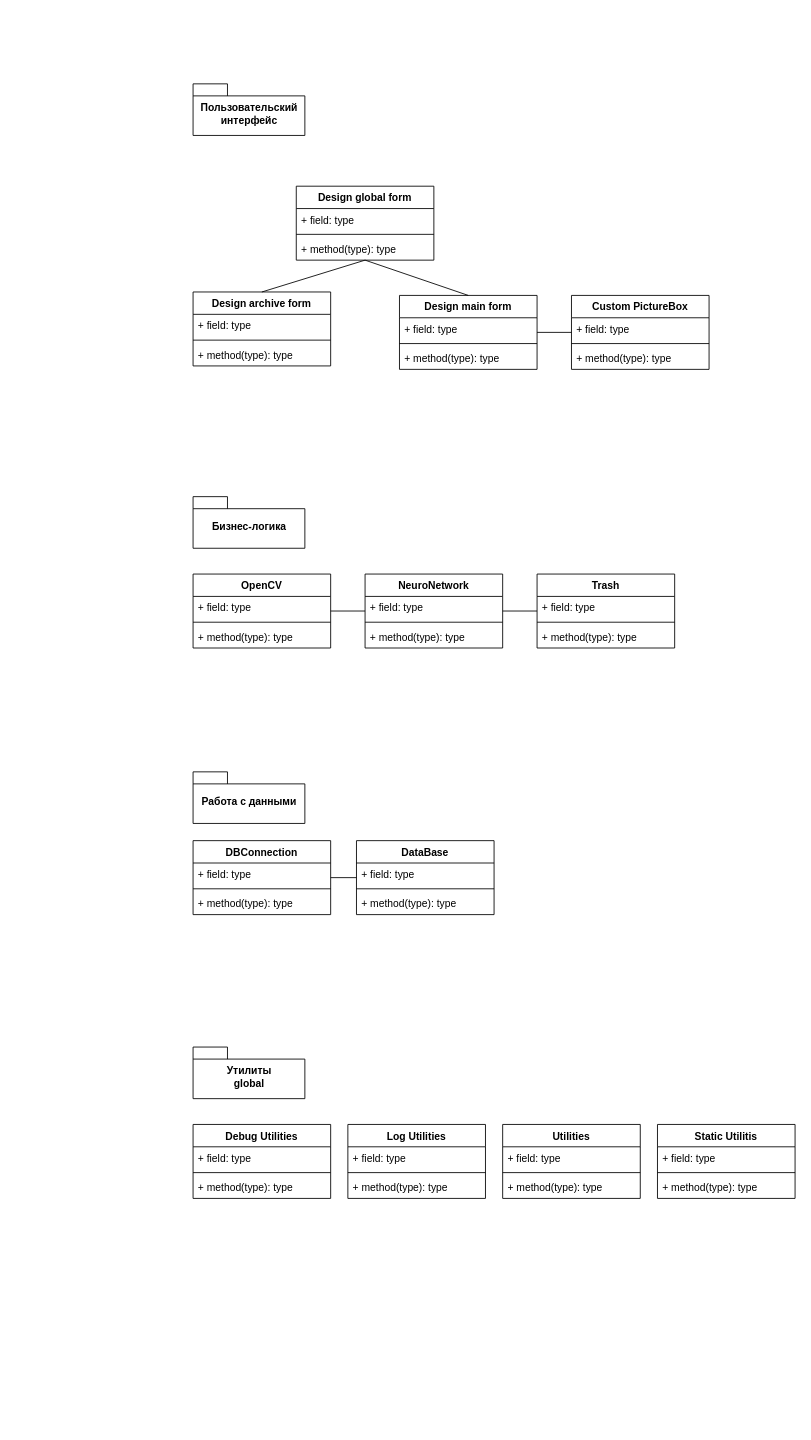
Earlier version of the draw.io diagram DOC/Detailed class diagram.drawio (toshabelof/dissertation). Source tidied: cells renumbered, new cells numbered last; positions are measured from the earlier drawing's top-left corner, leaving out a move shared by most shapes. Both pictures are drawn from the tidied source at 86%, with x=0, y=0 at pixel (193, 83).
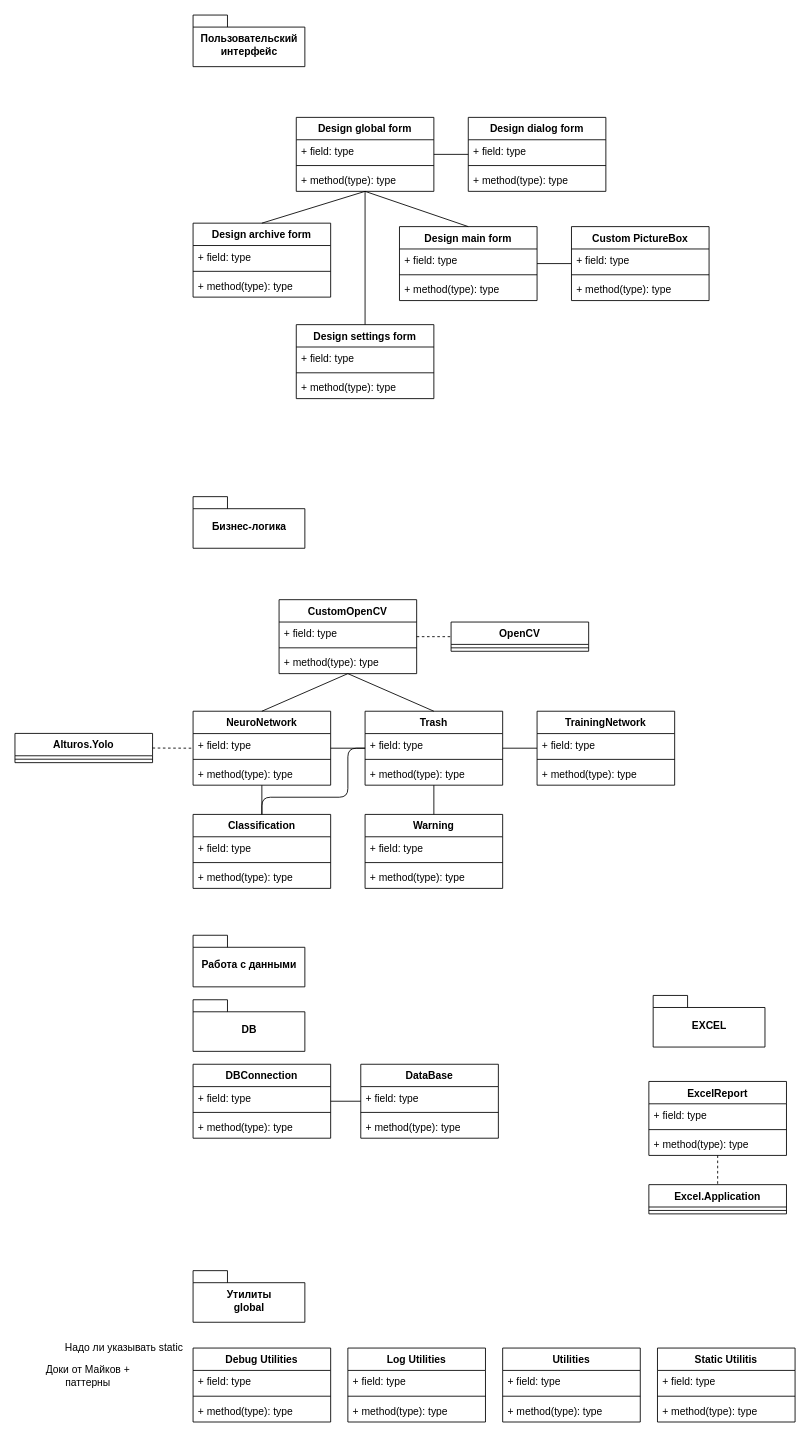
After the change.

The edit, as a diff of the source:
```diff
@@
     <mxCell id="2" value="Design global form" style="swimlane;fontStyle=1;align=center;verticalAlign=top;horizontal=1;startSize=26;" parent="1" vertex="1">
-      <mxGeometry x="120" y="119" width="160" height="86" as="geometry" />
+      <mxGeometry x="120" y="39" width="160" height="86" as="geometry" />
     </mxCell>
@@
     <mxCell id="6" value="Design main form" style="swimlane;fontStyle=1;align=center;verticalAlign=top;horizontal=1;startSize=26;" parent="1" vertex="1">
-      <mxGeometry x="240" y="246" width="160" height="86" as="geometry" />
+      <mxGeometry x="240" y="166" width="160" height="86" as="geometry" />
     </mxCell>
@@
     <mxCell id="10" value="Design archive form" style="swimlane;fontStyle=1;align=center;verticalAlign=top;horizontal=1;startSize=26;" parent="1" vertex="1">
-      <mxGeometry y="242" width="160" height="86" as="geometry" />
+      <mxGeometry y="162" width="160" height="86" as="geometry" />
     </mxCell>
@@
     <mxCell id="14" value="Custom PictureBox" style="swimlane;fontStyle=1;align=center;verticalAlign=top;horizontal=1;startSize=26;" parent="1" vertex="1">
-      <mxGeometry x="440" y="246" width="160" height="86" as="geometry" />
+      <mxGeometry x="440" y="166" width="160" height="86" as="geometry" />
     </mxCell>
@@
-    <mxCell id="18" style="endArrow=none;html=1;entryX=0.5;entryY=1;entryDx=0;entryDy=0;exitX=0.5;exitY=0;exitDx=0;exitDy=0;" parent="1" edge="1" source="10" target="2">
+    <mxCell id="18" style="endArrow=none;html=1;exitX=0.5;exitY=0;exitDx=0;exitDy=0;entryX=0.5;entryY=1;entryDx=0;entryDy=0;" parent="1" edge="1" source="10" target="2">
       <mxGeometry relative="1" as="geometry" />
     </mxCell>
@@
     <mxCell id="21" value="Пользовательский&lt;br&gt;интерфейс" style="shape=folder;fontStyle=1;spacingTop=10;tabWidth=40;tabHeight=14;tabPosition=left;html=1;" parent="1" vertex="1">
-      <mxGeometry width="130" height="60" as="geometry" />
+      <mxGeometry y="-80" width="130" height="60" as="geometry" />
     </mxCell>
@@
     <mxCell id="23" value="Работа с данными" style="shape=folder;fontStyle=1;spacingTop=10;tabWidth=40;tabHeight=14;tabPosition=left;html=1;" parent="1" vertex="1">
-      <mxGeometry y="800" width="130" height="60" as="geometry" />
+      <mxGeometry y="990" width="130" height="60" as="geometry" />
     </mxCell>
     <mxCell id="24" value="Утилиты&lt;br&gt;global" style="shape=folder;fontStyle=1;spacingTop=10;tabWidth=40;tabHeight=14;tabPosition=left;html=1;" parent="1" vertex="1">
-      <mxGeometry y="1120" width="130" height="60" as="geometry" />
+      <mxGeometry y="1380" width="130" height="60" as="geometry" />
     </mxCell>
-    <mxCell id="25" value="OpenCV" style="swimlane;fontStyle=1;align=center;verticalAlign=top;horizontal=1;startSize=26;" parent="1" vertex="1">
-      <mxGeometry y="570" width="160" height="86" as="geometry" />
+    <mxCell id="25" value="CustomOpenCV" style="swimlane;fontStyle=1;align=center;verticalAlign=top;horizontal=1;startSize=26;" parent="1" vertex="1">
+      <mxGeometry x="100" y="599.8" width="160" height="86" as="geometry" />
     </mxCell>
@@
     <mxCell id="29" value="NeuroNetwork" style="swimlane;fontStyle=1;align=center;verticalAlign=top;horizontal=1;startSize=26;" parent="1" vertex="1">
-      <mxGeometry x="200" y="570" width="160" height="86" as="geometry" />
+      <mxGeometry y="729.5" width="160" height="86" as="geometry" />
     </mxCell>
@@
     <mxCell id="33" value="Trash" style="swimlane;fontStyle=1;align=center;verticalAlign=top;horizontal=1;startSize=26;" parent="1" vertex="1">
-      <mxGeometry x="400" y="570" width="160" height="86" as="geometry" />
+      <mxGeometry x="200" y="729.5" width="160" height="86" as="geometry" />
     </mxCell>
@@
-    <mxCell id="37" style="endArrow=none;html=1;exitX=1;exitY=0.5;exitDx=0;exitDy=0;entryX=0;entryY=0.5;entryDx=0;entryDy=0;" parent="1" edge="1" source="25" target="29">
+    <mxCell id="37" style="endArrow=none;html=1;exitX=0.5;exitY=1;exitDx=0;exitDy=0;entryX=0.5;entryY=0;entryDx=0;entryDy=0;" parent="1" edge="1" source="25" target="29">
       <mxGeometry relative="1" as="geometry" />
     </mxCell>
@@
     <mxCell id="39" value="Debug Utilities" style="swimlane;fontStyle=1;align=center;verticalAlign=top;horizontal=1;startSize=26;" parent="1" vertex="1">
-      <mxGeometry y="1210" width="160" height="86" as="geometry" />
+      <mxGeometry y="1470" width="160" height="86" as="geometry" />
     </mxCell>
@@
     <mxCell id="43" value="Log Utilities" style="swimlane;fontStyle=1;align=center;verticalAlign=top;horizontal=1;startSize=26;" parent="1" vertex="1">
-      <mxGeometry x="180" y="1210" width="160" height="86" as="geometry" />
+      <mxGeometry x="180" y="1470" width="160" height="86" as="geometry" />
     </mxCell>
@@
     <mxCell id="47" value="Utilities" style="swimlane;fontStyle=1;align=center;verticalAlign=top;horizontal=1;startSize=26;" parent="1" vertex="1">
-      <mxGeometry x="360" y="1210" width="160" height="86" as="geometry" />
+      <mxGeometry x="360" y="1470" width="160" height="86" as="geometry" />
     </mxCell>
@@
     <mxCell id="51" value="Static Utilitis" style="swimlane;fontStyle=1;align=center;verticalAlign=top;horizontal=1;startSize=26;" parent="1" vertex="1">
-      <mxGeometry x="540" y="1210" width="160" height="86" as="geometry" />
+      <mxGeometry x="540" y="1470" width="160" height="86" as="geometry" />
     </mxCell>
@@
     <mxCell id="55" value="DBConnection" style="swimlane;fontStyle=1;align=center;verticalAlign=top;horizontal=1;startSize=26;" parent="1" vertex="1">
-      <mxGeometry y="880" width="160" height="86" as="geometry" />
+      <mxGeometry y="1140" width="160" height="86" as="geometry" />
     </mxCell>
@@
     <mxCell id="59" value="DataBase" style="swimlane;fontStyle=1;align=center;verticalAlign=top;horizontal=1;startSize=26;" parent="1" vertex="1">
-      <mxGeometry x="190" y="880" width="160" height="86" as="geometry" />
+      <mxGeometry x="195" y="1140" width="160" height="86" as="geometry" />
     </mxCell>
@@
+    <mxCell id="64" value="Design settings form" style="swimlane;fontStyle=1;align=center;verticalAlign=top;horizontal=1;startSize=26;" parent="1" vertex="1">
+      <mxGeometry x="120" y="280" width="160" height="86" as="geometry" />
+    </mxCell>
+    <mxCell id="65" value="+ field: type" style="text;strokeColor=none;fillColor=none;align=left;verticalAlign=top;spacingLeft=4;spacingRight=4;overflow=hidden;" parent="64" vertex="1">
+      <mxGeometry y="26" width="160" height="26" as="geometry" />
+    </mxCell>
+    <mxCell id="66" style="line;strokeWidth=1;fillColor=none;align=left;verticalAlign=middle;spacingTop=-1;spacingLeft=3;spacingRight=3;labelPosition=right;" parent="64" vertex="1">
+      <mxGeometry y="52" width="160" height="8" as="geometry" />
+    </mxCell>
+    <mxCell id="67" value="+ method(type): type" style="text;strokeColor=none;fillColor=none;align=left;verticalAlign=top;spacingLeft=4;spacingRight=4;overflow=hidden;" parent="64" vertex="1">
+      <mxGeometry y="60" width="160" height="26" as="geometry" />
+    </mxCell>
+    <mxCell id="68" style="endArrow=none;html=1;exitX=0.5;exitY=0;exitDx=0;exitDy=0;entryX=0.5;entryY=1;entryDx=0;entryDy=0;" parent="1" edge="1" source="64" target="2">
+      <mxGeometry relative="1" as="geometry" />
+    </mxCell>
+    <mxCell id="69" value="TrainingNetwork" style="swimlane;fontStyle=1;align=center;verticalAlign=top;horizontal=1;startSize=26;" parent="1" vertex="1">
+      <mxGeometry x="400" y="729.5" width="160" height="86" as="geometry" />
+    </mxCell>
+    <mxCell id="70" value="+ field: type" style="text;strokeColor=none;fillColor=none;align=left;verticalAlign=top;spacingLeft=4;spacingRight=4;overflow=hidden;" parent="69" vertex="1">
+      <mxGeometry y="26" width="160" height="26" as="geometry" />
+    </mxCell>
+    <mxCell id="71" style="line;strokeWidth=1;fillColor=none;align=left;verticalAlign=middle;spacingTop=-1;spacingLeft=3;spacingRight=3;labelPosition=right;" parent="69" vertex="1">
+      <mxGeometry y="52" width="160" height="8" as="geometry" />
+    </mxCell>
+    <mxCell id="72" value="+ method(type): type" style="text;strokeColor=none;fillColor=none;align=left;verticalAlign=top;spacingLeft=4;spacingRight=4;overflow=hidden;" parent="69" vertex="1">
+      <mxGeometry y="60" width="160" height="26" as="geometry" />
+    </mxCell>
+    <mxCell id="73" style="endArrow=none;html=1;entryX=1;entryY=0.5;entryDx=0;entryDy=0;exitX=0;exitY=0.5;exitDx=0;exitDy=0;" parent="1" edge="1" source="69" target="33">
+      <mxGeometry relative="1" as="geometry" />
+    </mxCell>
+    <mxCell id="74" value="Warning" style="swimlane;fontStyle=1;align=center;verticalAlign=top;horizontal=1;startSize=26;" parent="1" vertex="1">
+      <mxGeometry x="200" y="849.5" width="160" height="86" as="geometry" />
+    </mxCell>
+    <mxCell id="75" value="+ field: type" style="text;strokeColor=none;fillColor=none;align=left;verticalAlign=top;spacingLeft=4;spacingRight=4;overflow=hidden;" parent="74" vertex="1">
+      <mxGeometry y="26" width="160" height="26" as="geometry" />
+    </mxCell>
+    <mxCell id="76" style="line;strokeWidth=1;fillColor=none;align=left;verticalAlign=middle;spacingTop=-1;spacingLeft=3;spacingRight=3;labelPosition=right;" parent="74" vertex="1">
+      <mxGeometry y="52" width="160" height="8" as="geometry" />
+    </mxCell>
+    <mxCell id="77" value="+ method(type): type" style="text;strokeColor=none;fillColor=none;align=left;verticalAlign=top;spacingLeft=4;spacingRight=4;overflow=hidden;" parent="74" vertex="1">
+      <mxGeometry y="60" width="160" height="26" as="geometry" />
+    </mxCell>
+    <mxCell id="78" style="endArrow=none;html=1;entryX=0.5;entryY=1;entryDx=0;entryDy=0;exitX=0.5;exitY=0;exitDx=0;exitDy=0;" parent="1" edge="1" source="74" target="33">
+      <mxGeometry relative="1" as="geometry" />
+    </mxCell>
+    <mxCell id="79" value="Classification" style="swimlane;fontStyle=1;align=center;verticalAlign=top;horizontal=1;startSize=26;" parent="1" vertex="1">
+      <mxGeometry y="849.5" width="160" height="86" as="geometry" />
+    </mxCell>
+    <mxCell id="80" value="+ field: type" style="text;strokeColor=none;fillColor=none;align=left;verticalAlign=top;spacingLeft=4;spacingRight=4;overflow=hidden;" parent="79" vertex="1">
+      <mxGeometry y="26" width="160" height="26" as="geometry" />
+    </mxCell>
+    <mxCell id="81" style="line;strokeWidth=1;fillColor=none;align=left;verticalAlign=middle;spacingTop=-1;spacingLeft=3;spacingRight=3;labelPosition=right;" parent="79" vertex="1">
+      <mxGeometry y="52" width="160" height="8" as="geometry" />
+    </mxCell>
+    <mxCell id="82" value="+ method(type): type" style="text;strokeColor=none;fillColor=none;align=left;verticalAlign=top;spacingLeft=4;spacingRight=4;overflow=hidden;" parent="79" vertex="1">
+      <mxGeometry y="60" width="160" height="26" as="geometry" />
+    </mxCell>
+    <mxCell id="83" style="endArrow=none;html=1;exitX=0.5;exitY=0;exitDx=0;exitDy=0;entryX=0.5;entryY=1;entryDx=0;entryDy=0;" parent="1" edge="1" source="79" target="29">
+      <mxGeometry relative="1" as="geometry" />
+    </mxCell>
+    <mxCell id="84" value="Design dialog form" style="swimlane;fontStyle=1;align=center;verticalAlign=top;horizontal=1;startSize=26;" parent="1" vertex="1">
+      <mxGeometry x="320" y="39" width="160" height="86" as="geometry" />
+    </mxCell>
+    <mxCell id="85" value="+ field: type" style="text;strokeColor=none;fillColor=none;align=left;verticalAlign=top;spacingLeft=4;spacingRight=4;overflow=hidden;" parent="84" vertex="1">
+      <mxGeometry y="26" width="160" height="26" as="geometry" />
+    </mxCell>
+    <mxCell id="86" style="line;strokeWidth=1;fillColor=none;align=left;verticalAlign=middle;spacingTop=-1;spacingLeft=3;spacingRight=3;labelPosition=right;" parent="84" vertex="1">
+      <mxGeometry y="52" width="160" height="8" as="geometry" />
+    </mxCell>
+    <mxCell id="87" value="+ method(type): type" style="text;strokeColor=none;fillColor=none;align=left;verticalAlign=top;spacingLeft=4;spacingRight=4;overflow=hidden;" parent="84" vertex="1">
+      <mxGeometry y="60" width="160" height="26" as="geometry" />
+    </mxCell>
+    <mxCell id="88" style="endArrow=none;html=1;exitX=0.5;exitY=0;exitDx=0;exitDy=0;entryX=0;entryY=0.5;entryDx=0;entryDy=0;" parent="1" edge="1" source="79" target="33">
+      <mxGeometry relative="1" as="geometry">
+        <Array as="points">
+          <mxPoint x="80" y="829.5" />
+          <mxPoint x="180" y="829.5" />
+          <mxPoint x="180" y="772.5" />
+        </Array>
+      </mxGeometry>
+    </mxCell>
+    <mxCell id="89" style="endArrow=none;html=1;exitX=0.5;exitY=0;exitDx=0;exitDy=0;entryX=0.5;entryY=1;entryDx=0;entryDy=0;" parent="1" edge="1" source="33" target="25">
+      <mxGeometry relative="1" as="geometry" />
+    </mxCell>
+    <mxCell id="90" style="endArrow=none;html=1;entryX=0;entryY=0.5;entryDx=0;entryDy=0;exitX=1;exitY=0.5;exitDx=0;exitDy=0;" parent="1" edge="1" source="2" target="84">
+      <mxGeometry relative="1" as="geometry" />
+    </mxCell>
+    <mxCell id="91" value="OpenCV" style="swimlane;fontStyle=1;align=center;verticalAlign=top;horizontal=1;startSize=26;" parent="1" vertex="1">
+      <mxGeometry x="300" y="625.8" width="160" height="34" as="geometry" />
+    </mxCell>
+    <mxCell id="92" style="line;strokeWidth=1;fillColor=none;align=left;verticalAlign=middle;spacingTop=-1;spacingLeft=3;spacingRight=3;labelPosition=right;" parent="91" vertex="1">
+      <mxGeometry y="26" width="160" height="8" as="geometry" />
+    </mxCell>
+    <mxCell id="93" style="endArrow=none;dashed=1;html=1;exitX=1;exitY=0.5;exitDx=0;exitDy=0;entryX=0;entryY=0.5;entryDx=0;entryDy=0;" parent="1" edge="1" source="25" target="91">
+      <mxGeometry relative="1" as="geometry" />
+    </mxCell>
+    <mxCell id="94" value="Alturos.Yolo" style="swimlane;fontStyle=1;align=center;verticalAlign=top;horizontal=1;startSize=26;" parent="1" vertex="1">
+      <mxGeometry x="-207.1" y="755.3" width="160" height="34" as="geometry" />
+    </mxCell>
+    <mxCell id="95" style="line;strokeWidth=1;fillColor=none;align=left;verticalAlign=middle;spacingTop=-1;spacingLeft=3;spacingRight=3;labelPosition=right;" parent="94" vertex="1">
+      <mxGeometry y="26" width="160" height="8" as="geometry" />
+    </mxCell>
+    <mxCell id="96" style="endArrow=none;dashed=1;html=1;entryX=0;entryY=0.5;entryDx=0;entryDy=0;exitX=1;exitY=0.5;exitDx=0;exitDy=0;" parent="1" edge="1" source="94" target="29">
+      <mxGeometry relative="1" as="geometry" />
+    </mxCell>
+    <mxCell id="97" value="ExcelReport" style="swimlane;fontStyle=1;align=center;verticalAlign=top;horizontal=1;startSize=26;" parent="1" vertex="1">
+      <mxGeometry x="530" y="1160" width="160" height="86" as="geometry" />
+    </mxCell>
+    <mxCell id="98" value="+ field: type" style="text;strokeColor=none;fillColor=none;align=left;verticalAlign=top;spacingLeft=4;spacingRight=4;overflow=hidden;" parent="97" vertex="1">
+      <mxGeometry y="26" width="160" height="26" as="geometry" />
+    </mxCell>
+    <mxCell id="99" style="line;strokeWidth=1;fillColor=none;align=left;verticalAlign=middle;spacingTop=-1;spacingLeft=3;spacingRight=3;labelPosition=right;" parent="97" vertex="1">
+      <mxGeometry y="52" width="160" height="8" as="geometry" />
+    </mxCell>
+    <mxCell id="100" value="+ method(type): type" style="text;strokeColor=none;fillColor=none;align=left;verticalAlign=top;spacingLeft=4;spacingRight=4;overflow=hidden;" parent="97" vertex="1">
+      <mxGeometry y="60" width="160" height="26" as="geometry" />
+    </mxCell>
+    <mxCell id="101" style="endArrow=none;dashed=1;html=1;entryX=0.5;entryY=0;entryDx=0;entryDy=0;exitX=0.5;exitY=1;exitDx=0;exitDy=0;" parent="1" edge="1" source="97" target="102">
+      <mxGeometry relative="1" as="geometry" />
+    </mxCell>
+    <mxCell id="102" value="Excel.Application" style="swimlane;fontStyle=1;align=center;verticalAlign=top;horizontal=1;startSize=26;" parent="1" vertex="1">
+      <mxGeometry x="530" y="1280" width="160" height="34" as="geometry" />
+    </mxCell>
+    <mxCell id="103" style="line;strokeWidth=1;fillColor=none;align=left;verticalAlign=middle;spacingTop=-1;spacingLeft=3;spacingRight=3;labelPosition=right;" parent="102" vertex="1">
+      <mxGeometry y="26" width="160" height="8" as="geometry" />
+    </mxCell>
+    <mxCell id="104" value="DB" style="shape=folder;fontStyle=1;spacingTop=10;tabWidth=40;tabHeight=14;tabPosition=left;html=1;" parent="1" vertex="1">
+      <mxGeometry y="1065" width="130" height="60" as="geometry" />
+    </mxCell>
+    <mxCell id="105" value="EXCEL" style="shape=folder;fontStyle=1;spacingTop=10;tabWidth=40;tabHeight=14;tabPosition=left;html=1;" parent="1" vertex="1">
+      <mxGeometry x="535" y="1060" width="130" height="60" as="geometry" />
+    </mxCell>
+    <mxCell id="106" value="Надо ли указывать static" style="text;html=1;strokeColor=none;fillColor=none;align=center;verticalAlign=middle;whiteSpace=wrap;rounded=0;" parent="1" vertex="1">
+      <mxGeometry x="-160" y="1460" width="160" height="20" as="geometry" />
+    </mxCell>
+    <mxCell id="107" value="Доки от Майков + паттерны" style="text;html=1;strokeColor=none;fillColor=none;align=center;verticalAlign=middle;whiteSpace=wrap;rounded=0;" parent="1" vertex="1">
+      <mxGeometry x="-197" y="1493" width="150" height="20" as="geometry" />
+    </mxCell>
```
